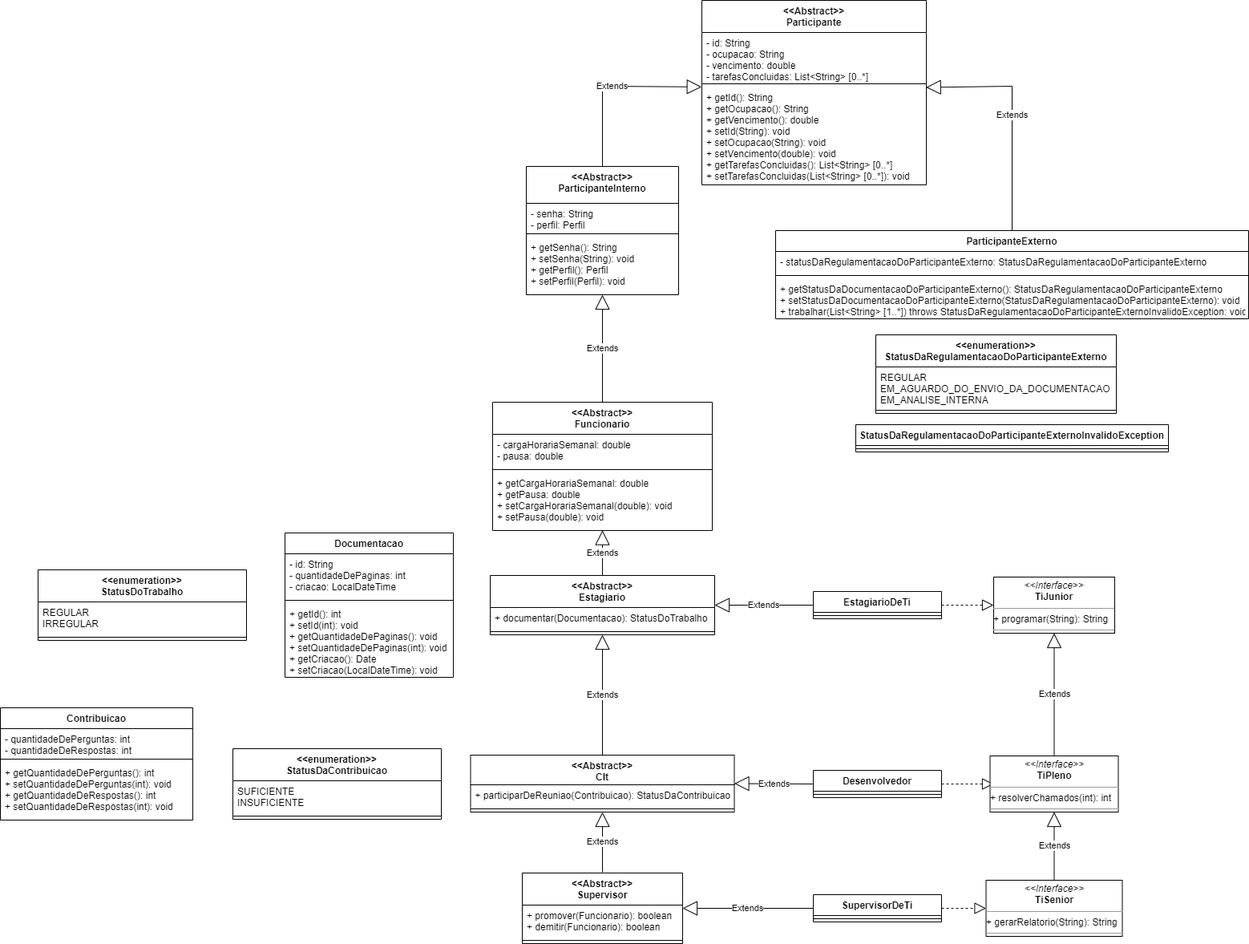
This is erp.png from andre-alck/erp, a draw.io export, as it was before one commit. Source tidied: cells renumbered, new cells last; positions are measured from the earlier drawing's top-left corner, leaving out a move shared by most shapes.
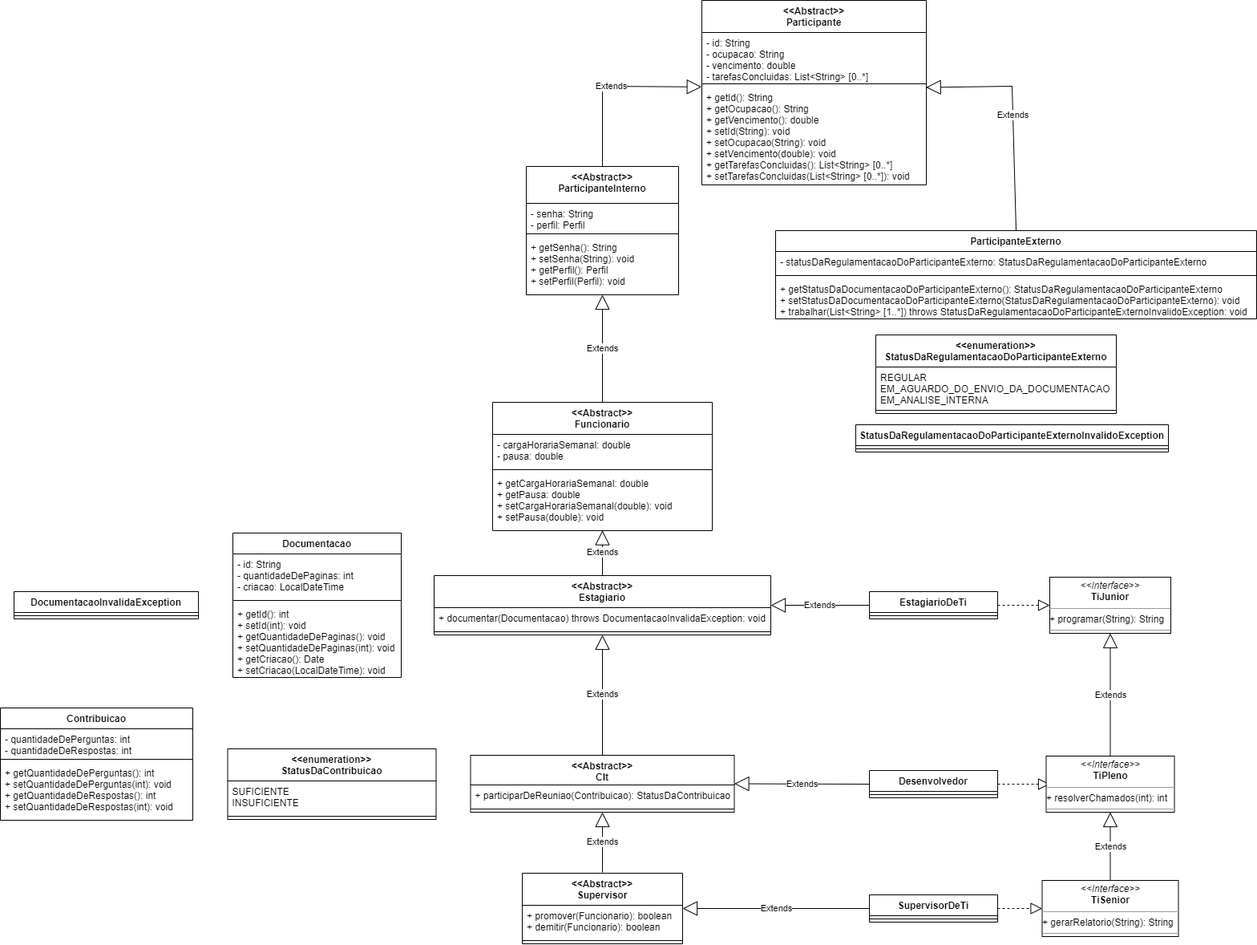
After the commit.

Commit message:
docs: update regra de negocio para documentar

Diff of the diagram source:
```diff
@@ -58,16 +58,16 @@
       <mxGeometry relative="1" as="geometry" />
     </mxCell>
     <mxCell id="19" value="ParticipanteExterno" style="swimlane;fontStyle=1;align=center;verticalAlign=top;horizontal=1;startSize=26;" parent="1" vertex="1">
-      <mxGeometry x="967" y="287" width="590" height="110" as="geometry" />
+      <mxGeometry x="967" y="287" width="600" height="110" as="geometry" />
     </mxCell>
     <mxCell id="20" value="- statusDaRegulamentacaoDoParticipanteExterno: StatusDaRegulamentacaoDoParticipanteExterno" style="text;strokeColor=none;fillColor=none;align=left;verticalAlign=top;spacingLeft=4;spacingRight=4;overflow=hidden;" parent="19" vertex="1">
-      <mxGeometry y="26" width="590" height="26" as="geometry" />
+      <mxGeometry y="26" width="600" height="26" as="geometry" />
     </mxCell>
     <mxCell id="21" style="line;strokeWidth=1;fillColor=none;align=left;verticalAlign=middle;spacingTop=-1;spacingLeft=3;spacingRight=3;labelPosition=right;strokeColor=inherit;" parent="19" vertex="1">
-      <mxGeometry y="52" width="590" height="8" as="geometry" />
+      <mxGeometry y="52" width="600" height="8" as="geometry" />
     </mxCell>
     <mxCell id="22" value="+ getStatusDaDocumentacaoDoParticipanteExterno(): StatusDaRegulamentacaoDoParticipanteExterno&#10;+ setStatusDaDocumentacaoDoParticipanteExterno(StatusDaRegulamentacaoDoParticipanteExterno): void&#10;+ trabalhar(List&lt;String&gt; [1..*]) throws StatusDaRegulamentacaoDoParticipanteExternoInvalidoException: void" style="text;strokeColor=none;fillColor=none;align=left;verticalAlign=top;spacingLeft=4;spacingRight=4;overflow=hidden;" parent="19" vertex="1">
-      <mxGeometry y="60" width="590" height="50" as="geometry" />
+      <mxGeometry y="60" width="600" height="50" as="geometry" />
     </mxCell>
     <mxCell id="23" value="&lt;&lt;enumeration&gt;&gt;&#10;StatusDaRegulamentacaoDoParticipanteExterno" style="swimlane;fontStyle=1;align=center;verticalAlign=top;horizontal=1;startSize=40;" parent="1" vertex="1">
       <mxGeometry x="1092" y="417" width="300" height="98" as="geometry" />
@@ -78,29 +78,20 @@
     <mxCell id="25" style="line;strokeWidth=1;fillColor=none;align=left;verticalAlign=middle;spacingTop=-1;spacingLeft=3;spacingRight=3;labelPosition=right;strokeColor=inherit;" parent="23" vertex="1">
       <mxGeometry y="90" width="300" height="8" as="geometry" />
     </mxCell>
-    <mxCell id="26" value="&lt;&lt;enumeration&gt;&gt;&#10;StatusDoTrabalho" style="swimlane;fontStyle=1;align=center;verticalAlign=top;horizontal=1;startSize=40;" parent="1" vertex="1">
-      <mxGeometry x="47" y="710" width="260" height="88" as="geometry" />
-    </mxCell>
-    <mxCell id="27" value="REGULAR&#10;IRREGULAR" style="text;strokeColor=none;fillColor=none;align=left;verticalAlign=top;spacingLeft=4;spacingRight=4;overflow=hidden;" parent="26" vertex="1">
-      <mxGeometry y="40" width="260" height="40" as="geometry" />
-    </mxCell>
-    <mxCell id="28" style="line;strokeWidth=1;fillColor=none;align=left;verticalAlign=middle;spacingTop=-1;spacingLeft=3;spacingRight=3;labelPosition=right;strokeColor=inherit;" parent="26" vertex="1">
-      <mxGeometry y="80" width="260" height="8" as="geometry" />
-    </mxCell>
     <mxCell id="29" value="&lt;&lt;Abstract&gt;&gt;&#10;Estagiario" style="swimlane;fontStyle=1;align=center;verticalAlign=top;horizontal=1;startSize=40;" parent="1" vertex="1">
-      <mxGeometry x="611" y="717" width="280" height="74" as="geometry" />
+      <mxGeometry x="541" y="717" width="420" height="74" as="geometry" />
     </mxCell>
-    <mxCell id="30" value="+ documentar(Documentacao): StatusDoTrabalho" style="text;strokeColor=none;fillColor=none;align=left;verticalAlign=top;spacingLeft=4;spacingRight=4;overflow=hidden;" parent="29" vertex="1">
-      <mxGeometry y="40" width="280" height="26" as="geometry" />
+    <mxCell id="30" value="+ documentar(Documentacao) throws DocumentacaoInvalidaException: void" style="text;strokeColor=none;fillColor=none;align=left;verticalAlign=top;spacingLeft=4;spacingRight=4;overflow=hidden;" parent="29" vertex="1">
+      <mxGeometry y="40" width="420" height="26" as="geometry" />
     </mxCell>
     <mxCell id="31" style="line;strokeWidth=1;fillColor=none;align=left;verticalAlign=middle;spacingTop=-1;spacingLeft=3;spacingRight=3;labelPosition=right;strokeColor=inherit;" parent="29" vertex="1">
-      <mxGeometry y="66" width="280" height="8" as="geometry" />
+      <mxGeometry y="66" width="420" height="8" as="geometry" />
     </mxCell>
     <mxCell id="32" value="Extends" style="endArrow=block;endSize=16;endFill=0;html=1;rounded=0;exitX=0.5;exitY=0;exitDx=0;exitDy=0;entryX=0.5;entryY=0.995;entryDx=0;entryDy=0;entryPerimeter=0;" parent="1" edge="1" source="29" target="14">
       <mxGeometry relative="1" as="geometry" />
     </mxCell>
     <mxCell id="33" value="EstagiarioDeTi" style="swimlane;fontStyle=1;align=center;verticalAlign=top;horizontal=1;startSize=26;" parent="1" vertex="1">
-      <mxGeometry x="1014" y="737" width="160" height="34" as="geometry" />
+      <mxGeometry x="1084" y="737" width="160" height="34" as="geometry" />
     </mxCell>
     <mxCell id="34" style="line;strokeWidth=1;fillColor=none;align=left;verticalAlign=middle;spacingTop=-1;spacingLeft=3;spacingRight=3;labelPosition=right;strokeColor=inherit;" parent="33" vertex="1">
       <mxGeometry y="26" width="160" height="8" as="geometry" />
@@ -109,18 +100,18 @@
       <mxGeometry relative="1" as="geometry" />
     </mxCell>
     <mxCell id="36" value="Desenvolvedor" style="swimlane;fontStyle=1;align=center;verticalAlign=top;horizontal=1;startSize=26;" parent="1" vertex="1">
-      <mxGeometry x="1014" y="960" width="160" height="34" as="geometry" />
+      <mxGeometry x="1084" y="960" width="160" height="34" as="geometry" />
     </mxCell>
     <mxCell id="37" style="line;strokeWidth=1;fillColor=none;align=left;verticalAlign=middle;spacingTop=-1;spacingLeft=3;spacingRight=3;labelPosition=right;strokeColor=inherit;" parent="36" vertex="1">
       <mxGeometry y="26" width="160" height="8" as="geometry" />
     </mxCell>
     <mxCell id="38" style="endArrow=block;dashed=1;endFill=0;endSize=12;html=1;rounded=0;exitX=1;exitY=0.5;exitDx=0;exitDy=0;entryX=0;entryY=0.5;entryDx=0;entryDy=0;" parent="1" edge="1" source="36">
       <mxGeometry relative="1" as="geometry">
-        <mxPoint x="1239" y="977" as="targetPoint" />
+        <mxPoint x="1309" y="977" as="targetPoint" />
       </mxGeometry>
     </mxCell>
     <mxCell id="39" value="SupervisorDeTi" style="swimlane;fontStyle=1;align=center;verticalAlign=top;horizontal=1;startSize=26;" parent="1" vertex="1">
-      <mxGeometry x="1014" y="1115" width="160" height="34" as="geometry" />
+      <mxGeometry x="1084" y="1115" width="160" height="34" as="geometry" />
     </mxCell>
     <mxCell id="40" style="line;strokeWidth=1;fillColor=none;align=left;verticalAlign=middle;spacingTop=-1;spacingLeft=3;spacingRight=3;labelPosition=right;strokeColor=inherit;" parent="39" vertex="1">
       <mxGeometry y="26" width="160" height="8" as="geometry" />
@@ -131,7 +122,7 @@
       </mxGeometry>
     </mxCell>
     <mxCell id="42" value="Documentacao" style="swimlane;fontStyle=1;align=center;verticalAlign=top;horizontal=1;startSize=26;" parent="1" vertex="1">
-      <mxGeometry x="355" y="664" width="210" height="180" as="geometry" />
+      <mxGeometry x="290" y="664" width="210" height="180" as="geometry" />
     </mxCell>
     <mxCell id="43" value="- id: String&#10;- quantidadeDePaginas: int&#10;- criacao: LocalDateTime" style="text;strokeColor=none;fillColor=none;align=left;verticalAlign=top;spacingLeft=4;spacingRight=4;overflow=hidden;" parent="42" vertex="1">
       <mxGeometry y="26" width="210" height="54" as="geometry" />
@@ -169,16 +160,16 @@
       <mxGeometry y="80" width="200" height="8" as="geometry" />
     </mxCell>
     <mxCell id="54" value="&lt;p style=&quot;margin:0px;margin-top:4px;text-align:center;&quot;&gt;&lt;i&gt;&amp;lt;&amp;lt;Interface&amp;gt;&amp;gt;&lt;/i&gt;&lt;br&gt;&lt;b style=&quot;border-color: var(--border-color);&quot;&gt;TiJunior&lt;/b&gt;&lt;br&gt;&lt;/p&gt;&lt;hr size=&quot;1&quot;&gt;+ programar(String): String&lt;br&gt;&lt;hr size=&quot;1&quot;&gt;&lt;p style=&quot;margin:0px;margin-left:4px;&quot;&gt;&lt;br&gt;&lt;/p&gt;" style="verticalAlign=top;align=left;overflow=fill;fontSize=12;fontFamily=Helvetica;html=1;" parent="1" vertex="1">
-      <mxGeometry x="1239" y="719" width="151" height="70" as="geometry" />
+      <mxGeometry x="1309" y="719" width="151" height="70" as="geometry" />
     </mxCell>
     <mxCell id="55" style="endArrow=block;dashed=1;endFill=0;endSize=12;html=1;rounded=0;exitX=1;exitY=0.5;exitDx=0;exitDy=0;entryX=0;entryY=0.5;entryDx=0;entryDy=0;" parent="1" edge="1" source="33" target="54">
       <mxGeometry relative="1" as="geometry" />
     </mxCell>
     <mxCell id="56" value="&lt;p style=&quot;margin:0px;margin-top:4px;text-align:center;&quot;&gt;&lt;i&gt;&amp;lt;&amp;lt;Interface&amp;gt;&amp;gt;&lt;/i&gt;&lt;br&gt;&lt;b style=&quot;border-color: var(--border-color);&quot;&gt;TiPleno&lt;/b&gt;&lt;br&gt;&lt;/p&gt;&lt;hr size=&quot;1&quot;&gt;+ resolverChamados(int): int&lt;br&gt;&lt;hr size=&quot;1&quot;&gt;&lt;p style=&quot;margin:0px;margin-left:4px;&quot;&gt;&lt;br&gt;&lt;/p&gt;" style="verticalAlign=top;align=left;overflow=fill;fontSize=12;fontFamily=Helvetica;html=1;" parent="1" vertex="1">
-      <mxGeometry x="1234.5" y="942" width="160" height="70" as="geometry" />
+      <mxGeometry x="1304.5" y="942" width="160" height="70" as="geometry" />
     </mxCell>
     <mxCell id="57" value="&lt;p style=&quot;margin:0px;margin-top:4px;text-align:center;&quot;&gt;&lt;i&gt;&amp;lt;&amp;lt;Interface&amp;gt;&amp;gt;&lt;/i&gt;&lt;br&gt;&lt;b style=&quot;border-color: var(--border-color);&quot;&gt;TiSenior&lt;/b&gt;&lt;br&gt;&lt;/p&gt;&lt;hr size=&quot;1&quot;&gt;+ gerarRelatorio(String): String&lt;br&gt;&lt;hr size=&quot;1&quot;&gt;&lt;p style=&quot;margin:0px;margin-left:4px;&quot;&gt;&lt;br&gt;&lt;/p&gt;" style="verticalAlign=top;align=left;overflow=fill;fontSize=12;fontFamily=Helvetica;html=1;" parent="1" vertex="1">
-      <mxGeometry x="1229.5" y="1097" width="170" height="70" as="geometry" />
+      <mxGeometry x="1299.5" y="1097" width="170" height="70" as="geometry" />
     </mxCell>
     <mxCell id="58" style="endArrow=block;dashed=1;endFill=0;endSize=12;html=1;rounded=0;exitX=1;exitY=0.5;exitDx=0;exitDy=0;entryX=0;entryY=0.5;entryDx=0;entryDy=0;" parent="1" edge="1" source="39" target="57">
       <mxGeometry relative="1" as="geometry" />
@@ -199,7 +190,7 @@
       <mxGeometry relative="1" as="geometry" />
     </mxCell>
     <mxCell id="64" value="&lt;&lt;enumeration&gt;&gt;&#10;StatusDaContribuicao" style="swimlane;fontStyle=1;align=center;verticalAlign=top;horizontal=1;startSize=40;" parent="1" vertex="1">
-      <mxGeometry x="290" y="933" width="260" height="88" as="geometry" />
+      <mxGeometry x="283.5" y="933" width="260" height="88" as="geometry" />
     </mxCell>
     <mxCell id="65" value="SUFICIENTE&#10;INSUFICIENTE" style="text;strokeColor=none;fillColor=none;align=left;verticalAlign=top;spacingLeft=4;spacingRight=4;overflow=hidden;" parent="64" vertex="1">
       <mxGeometry y="40" width="260" height="40" as="geometry" />
@@ -220,5 +211,11 @@
         </Array>
       </mxGeometry>
     </mxCell>
+    <mxCell id="70" value="DocumentacaoInvalidaException" style="swimlane;fontStyle=1;align=center;verticalAlign=top;horizontal=1;startSize=26;whiteSpace=wrap;html=1;" parent="1" vertex="1">
+      <mxGeometry x="17" y="737" width="230" height="34" as="geometry" />
+    </mxCell>
+    <mxCell id="71" style="line;strokeWidth=1;fillColor=none;align=left;verticalAlign=middle;spacingTop=-1;spacingLeft=3;spacingRight=3;labelPosition=right;strokeColor=inherit;" parent="70" vertex="1">
+      <mxGeometry y="26" width="230" height="8" as="geometry" />
+    </mxCell>
   </root>
 </mxGraphModel>
```
